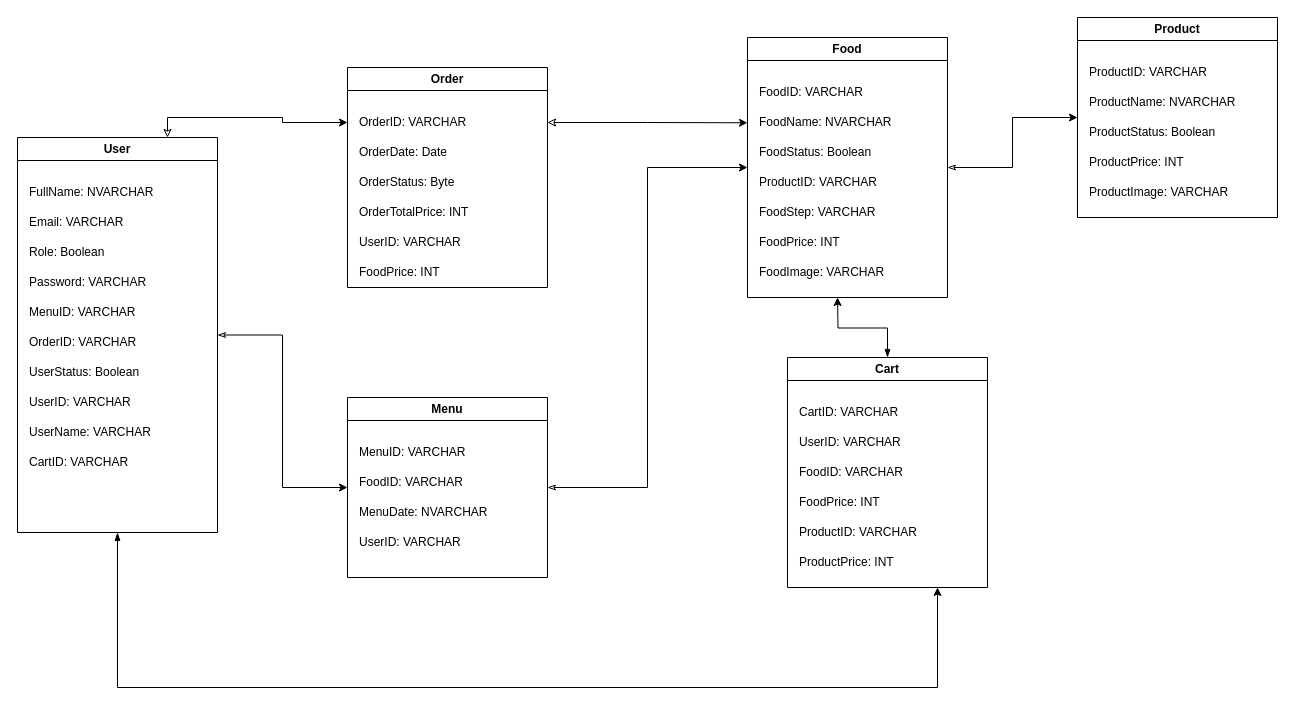
The draw.io diagram FoodyDone1.drawio in Tien-DT/Foody, before the edit. Source tidied: cells renumbered, new cells numbered last; positions are measured from the earlier drawing's top-left corner, leaving out a move shared by most shapes. Both pictures are drawn from the tidied source at 100%, with x=0, y=0 at pixel (17, 17).
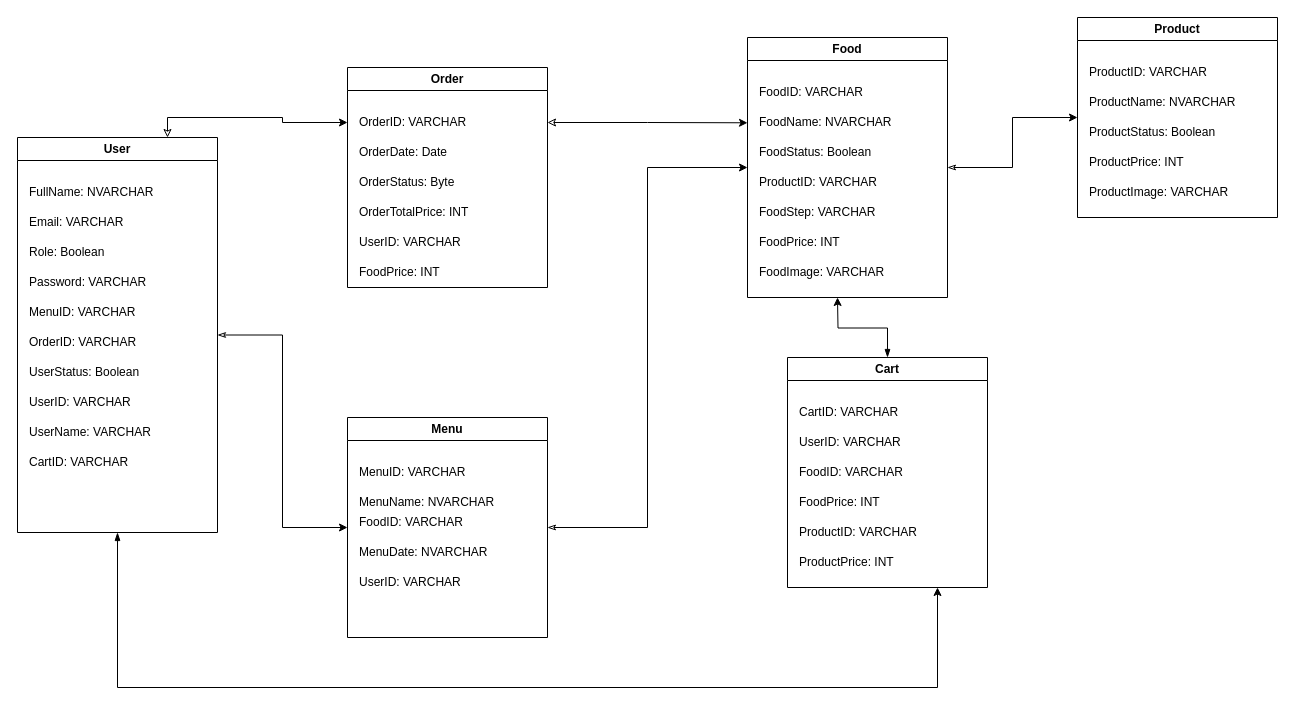
Above is the later version.

The edit, as a diff of the source:
```diff
@@
     <mxCell id="17" value="Menu" style="swimlane;whiteSpace=wrap;html=1;" parent="1" vertex="1">
-      <mxGeometry x="330" y="380" width="200" height="180" as="geometry" />
+      <mxGeometry x="330" y="400" width="200" height="220" as="geometry" />
     </mxCell>
@@
     <mxCell id="19" value="FoodID: VARCHAR" style="text;html=1;align=left;verticalAlign=middle;whiteSpace=wrap;rounded=0;" parent="17" vertex="1">
-      <mxGeometry x="10" y="70" width="160" height="30" as="geometry" />
+      <mxGeometry x="10" y="90" width="160" height="30" as="geometry" />
     </mxCell>
     <mxCell id="20" value="MenuDate: NVARCHAR" style="text;html=1;align=left;verticalAlign=middle;whiteSpace=wrap;rounded=0;" parent="17" vertex="1">
-      <mxGeometry x="10" y="100" width="160" height="30" as="geometry" />
+      <mxGeometry x="10" y="120" width="160" height="30" as="geometry" />
     </mxCell>
     <mxCell id="21" value="UserID: VARCHAR" style="text;html=1;align=left;verticalAlign=middle;whiteSpace=wrap;rounded=0;" parent="17" vertex="1">
-      <mxGeometry x="10" y="130" width="160" height="30" as="geometry" />
+      <mxGeometry x="10" y="150" width="160" height="30" as="geometry" />
     </mxCell>
+    <mxCell id="53" value="MenuName: NVARCHAR" style="text;html=1;align=left;verticalAlign=middle;whiteSpace=wrap;rounded=0;" parent="17" vertex="1">
+      <mxGeometry x="10" y="70" width="160" height="30" as="geometry" />
+    </mxCell>
```
